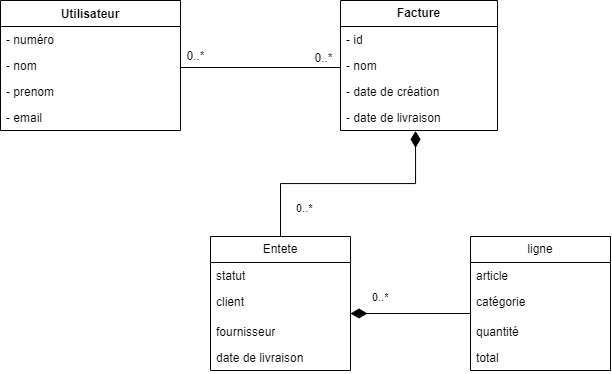
This is Conception/Sprint 3/diag_classe_sprint3.drawio.png from weda-mossab/PFE, a draw.io export, as it was before one commit. Source tidied: cells renumbered, new cells last; positions are measured from the earlier drawing's top-left corner, leaving out a move shared by most shapes. The source it was exported from:
```xml
<mxGraphModel>
  <root>
    <mxCell id="0" />
    <mxCell id="1" parent="0" />
    <mxCell id="2" value="Utilisateur" style="swimlane;fontStyle=1;align=center;verticalAlign=top;horizontal=1;startSize=26;whiteSpace=wrap;html=1;" parent="1" vertex="1">
      <mxGeometry width="180" height="130" as="geometry" />
    </mxCell>
    <mxCell id="3" value="- numéro" style="text;strokeColor=none;fillColor=none;align=left;verticalAlign=top;spacingLeft=4;spacingRight=4;overflow=hidden;whiteSpace=wrap;html=1;" parent="2" vertex="1">
      <mxGeometry y="26" width="180" height="26" as="geometry" />
    </mxCell>
    <mxCell id="4" value="- nom" style="text;strokeColor=none;fillColor=none;align=left;verticalAlign=top;spacingLeft=4;spacingRight=4;overflow=hidden;whiteSpace=wrap;html=1;" parent="2" vertex="1">
      <mxGeometry y="52" width="180" height="26" as="geometry" />
    </mxCell>
    <mxCell id="5" value="- prenom" style="text;strokeColor=none;fillColor=none;align=left;verticalAlign=top;spacingLeft=4;spacingRight=4;overflow=hidden;whiteSpace=wrap;html=1;" parent="2" vertex="1">
      <mxGeometry y="78" width="180" height="26" as="geometry" />
    </mxCell>
    <mxCell id="6" value="- email" style="text;strokeColor=none;fillColor=none;align=left;verticalAlign=top;spacingLeft=4;spacingRight=4;overflow=hidden;whiteSpace=wrap;html=1;" parent="2" vertex="1">
      <mxGeometry y="104" width="180" height="26" as="geometry" />
    </mxCell>
    <mxCell id="7" value="&lt;b&gt;Facture&lt;/b&gt;" style="swimlane;fontStyle=0;horizontal=1;startSize=26;fillColor=none;whiteSpace=wrap;html=1;" parent="1" vertex="1">
      <mxGeometry x="340" width="157" height="130" as="geometry" />
    </mxCell>
    <mxCell id="8" value="- id" style="text;strokeColor=none;fillColor=none;align=left;verticalAlign=top;spacingLeft=4;spacingRight=4;overflow=hidden;whiteSpace=wrap;html=1;" parent="7" vertex="1">
      <mxGeometry y="26" width="157" height="26" as="geometry" />
    </mxCell>
    <mxCell id="9" value="- nom" style="text;strokeColor=none;fillColor=none;align=left;verticalAlign=top;spacingLeft=4;spacingRight=4;overflow=hidden;whiteSpace=wrap;html=1;" parent="7" vertex="1">
      <mxGeometry y="52" width="157" height="26" as="geometry" />
    </mxCell>
    <mxCell id="10" value="- date de création" style="text;strokeColor=none;fillColor=none;align=left;verticalAlign=top;spacingLeft=4;spacingRight=4;overflow=hidden;whiteSpace=wrap;html=1;" parent="7" vertex="1">
      <mxGeometry y="78" width="157" height="26" as="geometry" />
    </mxCell>
    <mxCell id="11" value="- date de livraison" style="text;strokeColor=none;fillColor=none;align=left;verticalAlign=top;spacingLeft=4;spacingRight=4;overflow=hidden;whiteSpace=wrap;html=1;" parent="7" vertex="1">
      <mxGeometry y="104" width="157" height="26" as="geometry" />
    </mxCell>
    <mxCell id="12" value="Entete" style="swimlane;fontStyle=0;horizontal=1;startSize=26;fillColor=none;whiteSpace=wrap;html=1;" parent="1" vertex="1">
      <mxGeometry x="210" y="236" width="140" height="134" as="geometry" />
    </mxCell>
    <mxCell id="13" value="statut" style="text;strokeColor=none;fillColor=none;align=left;verticalAlign=top;spacingLeft=4;spacingRight=4;overflow=hidden;whiteSpace=wrap;html=1;" parent="12" vertex="1">
      <mxGeometry y="26" width="140" height="26" as="geometry" />
    </mxCell>
    <mxCell id="14" value="client" style="text;strokeColor=none;fillColor=none;align=left;verticalAlign=top;spacingLeft=4;spacingRight=4;overflow=hidden;whiteSpace=wrap;html=1;" parent="12" vertex="1">
      <mxGeometry y="52" width="140" height="30" as="geometry" />
    </mxCell>
    <mxCell id="15" value="fournisseur" style="text;strokeColor=none;fillColor=none;align=left;verticalAlign=top;spacingLeft=4;spacingRight=4;overflow=hidden;whiteSpace=wrap;html=1;" parent="12" vertex="1">
      <mxGeometry y="82" width="140" height="26" as="geometry" />
    </mxCell>
    <mxCell id="16" value="date de livraison" style="text;strokeColor=none;fillColor=none;align=left;verticalAlign=top;spacingLeft=4;spacingRight=4;overflow=hidden;whiteSpace=wrap;html=1;" parent="12" vertex="1">
      <mxGeometry y="108" width="140" height="26" as="geometry" />
    </mxCell>
    <mxCell id="17" value="ligne" style="swimlane;fontStyle=0;horizontal=1;startSize=26;fillColor=none;whiteSpace=wrap;html=1;" parent="1" vertex="1">
      <mxGeometry x="470" y="236" width="140" height="134" as="geometry" />
    </mxCell>
    <mxCell id="18" value="article&lt;span style=&quot;white-space: pre;&quot;&gt; &lt;/span&gt;" style="text;strokeColor=none;fillColor=none;align=left;verticalAlign=top;spacingLeft=4;spacingRight=4;overflow=hidden;whiteSpace=wrap;html=1;" parent="17" vertex="1">
      <mxGeometry y="26" width="140" height="26" as="geometry" />
    </mxCell>
    <mxCell id="19" value="catégorie" style="text;strokeColor=none;fillColor=none;align=left;verticalAlign=top;spacingLeft=4;spacingRight=4;overflow=hidden;whiteSpace=wrap;html=1;" parent="17" vertex="1">
      <mxGeometry y="52" width="140" height="30" as="geometry" />
    </mxCell>
    <mxCell id="20" value="quantité" style="text;strokeColor=none;fillColor=none;align=left;verticalAlign=top;spacingLeft=4;spacingRight=4;overflow=hidden;whiteSpace=wrap;html=1;" parent="17" vertex="1">
      <mxGeometry y="82" width="140" height="26" as="geometry" />
    </mxCell>
    <mxCell id="21" value="total" style="text;strokeColor=none;fillColor=none;align=left;verticalAlign=top;spacingLeft=4;spacingRight=4;overflow=hidden;whiteSpace=wrap;html=1;" parent="17" vertex="1">
      <mxGeometry y="108" width="140" height="26" as="geometry" />
    </mxCell>
    <mxCell id="22" value="0..*" style="endArrow=none;html=1;endSize=12;startArrow=diamondThin;startSize=14;startFill=1;align=left;verticalAlign=bottom;rounded=0;entryX=0;entryY=0.5;entryDx=0;entryDy=0;endFill=0;exitX=1;exitY=0.5;exitDx=0;exitDy=0;" parent="1" edge="1">
      <mxGeometry x="-0.67" y="7" relative="1" as="geometry">
        <mxPoint x="350" y="313" as="sourcePoint" />
        <mxPoint x="470" y="313" as="targetPoint" />
      </mxGeometry>
    </mxCell>
    <mxCell id="23" value="0..*" style="endArrow=none;html=1;endSize=12;startArrow=diamondThin;startSize=14;startFill=1;align=left;verticalAlign=bottom;rounded=0;endFill=0;edgeStyle=elbowEdgeStyle;elbow=vertical;exitX=0.478;exitY=1.131;exitDx=0;exitDy=0;exitPerimeter=0;entryX=0.5;entryY=0;entryDx=0;entryDy=0;" parent="1" edge="1" target="12">
      <mxGeometry x="0.84" y="14" relative="1" as="geometry">
        <mxPoint x="415" y="130.4" as="sourcePoint" />
      </mxGeometry>
    </mxCell>
    <mxCell id="24" style="line;strokeWidth=1;fillColor=none;align=left;verticalAlign=middle;spacingTop=-1;spacingLeft=3;spacingRight=3;labelPosition=right;strokeColor=inherit;" parent="1" vertex="1">
      <mxGeometry x="180" y="51" width="160" height="32" as="geometry" />
    </mxCell>
    <mxCell id="25" value="0..*" style="text;html=1;align=center;verticalAlign=middle;strokeColor=none;fillColor=none;" parent="1" vertex="1">
      <mxGeometry x="175" y="41" width="40" height="30" as="geometry" />
    </mxCell>
    <mxCell id="26" value="0..*" style="text;html=1;align=center;verticalAlign=middle;strokeColor=none;fillColor=none;" parent="1" vertex="1">
      <mxGeometry x="303" y="43" width="40" height="30" as="geometry" />
    </mxCell>
  </root>
</mxGraphModel>
```
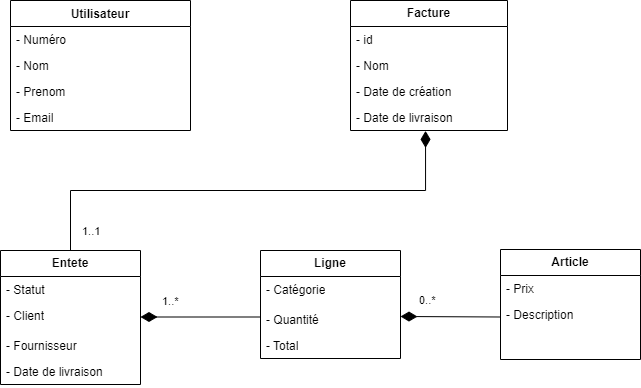
The same diagram one commit later.

The edit, as a diff of the source:
```diff
@@ -5,16 +5,16 @@
     <mxCell id="2" value="Utilisateur" style="swimlane;fontStyle=1;align=center;verticalAlign=top;horizontal=1;startSize=26;whiteSpace=wrap;html=1;" parent="1" vertex="1">
       <mxGeometry width="180" height="130" as="geometry" />
     </mxCell>
-    <mxCell id="3" value="- numéro" style="text;strokeColor=none;fillColor=none;align=left;verticalAlign=top;spacingLeft=4;spacingRight=4;overflow=hidden;whiteSpace=wrap;html=1;" parent="2" vertex="1">
+    <mxCell id="3" value="- Numéro" style="text;strokeColor=none;fillColor=none;align=left;verticalAlign=top;spacingLeft=4;spacingRight=4;overflow=hidden;whiteSpace=wrap;html=1;" parent="2" vertex="1">
       <mxGeometry y="26" width="180" height="26" as="geometry" />
     </mxCell>
-    <mxCell id="4" value="- nom" style="text;strokeColor=none;fillColor=none;align=left;verticalAlign=top;spacingLeft=4;spacingRight=4;overflow=hidden;whiteSpace=wrap;html=1;" parent="2" vertex="1">
+    <mxCell id="4" value="- Nom" style="text;strokeColor=none;fillColor=none;align=left;verticalAlign=top;spacingLeft=4;spacingRight=4;overflow=hidden;whiteSpace=wrap;html=1;" parent="2" vertex="1">
       <mxGeometry y="52" width="180" height="26" as="geometry" />
     </mxCell>
-    <mxCell id="5" value="- prenom" style="text;strokeColor=none;fillColor=none;align=left;verticalAlign=top;spacingLeft=4;spacingRight=4;overflow=hidden;whiteSpace=wrap;html=1;" parent="2" vertex="1">
+    <mxCell id="5" value="- Prenom" style="text;strokeColor=none;fillColor=none;align=left;verticalAlign=top;spacingLeft=4;spacingRight=4;overflow=hidden;whiteSpace=wrap;html=1;" parent="2" vertex="1">
       <mxGeometry y="78" width="180" height="26" as="geometry" />
     </mxCell>
-    <mxCell id="6" value="- email" style="text;strokeColor=none;fillColor=none;align=left;verticalAlign=top;spacingLeft=4;spacingRight=4;overflow=hidden;whiteSpace=wrap;html=1;" parent="2" vertex="1">
+    <mxCell id="6" value="- Email" style="text;strokeColor=none;fillColor=none;align=left;verticalAlign=top;spacingLeft=4;spacingRight=4;overflow=hidden;whiteSpace=wrap;html=1;" parent="2" vertex="1">
       <mxGeometry y="104" width="180" height="26" as="geometry" />
     </mxCell>
     <mxCell id="7" value="&lt;b&gt;Facture&lt;/b&gt;" style="swimlane;fontStyle=0;horizontal=1;startSize=26;fillColor=none;whiteSpace=wrap;html=1;" parent="1" vertex="1">
@@ -23,64 +23,67 @@
     <mxCell id="8" value="- id" style="text;strokeColor=none;fillColor=none;align=left;verticalAlign=top;spacingLeft=4;spacingRight=4;overflow=hidden;whiteSpace=wrap;html=1;" parent="7" vertex="1">
       <mxGeometry y="26" width="157" height="26" as="geometry" />
     </mxCell>
-    <mxCell id="9" value="- nom" style="text;strokeColor=none;fillColor=none;align=left;verticalAlign=top;spacingLeft=4;spacingRight=4;overflow=hidden;whiteSpace=wrap;html=1;" parent="7" vertex="1">
+    <mxCell id="9" value="- Nom" style="text;strokeColor=none;fillColor=none;align=left;verticalAlign=top;spacingLeft=4;spacingRight=4;overflow=hidden;whiteSpace=wrap;html=1;" parent="7" vertex="1">
       <mxGeometry y="52" width="157" height="26" as="geometry" />
     </mxCell>
-    <mxCell id="10" value="- date de création" style="text;strokeColor=none;fillColor=none;align=left;verticalAlign=top;spacingLeft=4;spacingRight=4;overflow=hidden;whiteSpace=wrap;html=1;" parent="7" vertex="1">
+    <mxCell id="10" value="- Date de création" style="text;strokeColor=none;fillColor=none;align=left;verticalAlign=top;spacingLeft=4;spacingRight=4;overflow=hidden;whiteSpace=wrap;html=1;" parent="7" vertex="1">
       <mxGeometry y="78" width="157" height="26" as="geometry" />
     </mxCell>
-    <mxCell id="11" value="- date de livraison" style="text;strokeColor=none;fillColor=none;align=left;verticalAlign=top;spacingLeft=4;spacingRight=4;overflow=hidden;whiteSpace=wrap;html=1;" parent="7" vertex="1">
+    <mxCell id="11" value="- Date de livraison" style="text;strokeColor=none;fillColor=none;align=left;verticalAlign=top;spacingLeft=4;spacingRight=4;overflow=hidden;whiteSpace=wrap;html=1;" parent="7" vertex="1">
       <mxGeometry y="104" width="157" height="26" as="geometry" />
     </mxCell>
-    <mxCell id="12" value="Entete" style="swimlane;fontStyle=0;horizontal=1;startSize=26;fillColor=none;whiteSpace=wrap;html=1;" parent="1" vertex="1">
-      <mxGeometry x="210" y="236" width="140" height="134" as="geometry" />
+    <mxCell id="12" value="&lt;b&gt;Entete&lt;/b&gt;" style="swimlane;fontStyle=0;horizontal=1;startSize=26;fillColor=none;whiteSpace=wrap;html=1;" parent="1" vertex="1">
+      <mxGeometry x="-10" y="250" width="140" height="134" as="geometry" />
     </mxCell>
-    <mxCell id="13" value="statut" style="text;strokeColor=none;fillColor=none;align=left;verticalAlign=top;spacingLeft=4;spacingRight=4;overflow=hidden;whiteSpace=wrap;html=1;" parent="12" vertex="1">
+    <mxCell id="13" value="- Statut" style="text;strokeColor=none;fillColor=none;align=left;verticalAlign=top;spacingLeft=4;spacingRight=4;overflow=hidden;whiteSpace=wrap;html=1;" parent="12" vertex="1">
       <mxGeometry y="26" width="140" height="26" as="geometry" />
     </mxCell>
-    <mxCell id="14" value="client" style="text;strokeColor=none;fillColor=none;align=left;verticalAlign=top;spacingLeft=4;spacingRight=4;overflow=hidden;whiteSpace=wrap;html=1;" parent="12" vertex="1">
+    <mxCell id="14" value="- Client" style="text;strokeColor=none;fillColor=none;align=left;verticalAlign=top;spacingLeft=4;spacingRight=4;overflow=hidden;whiteSpace=wrap;html=1;" parent="12" vertex="1">
       <mxGeometry y="52" width="140" height="30" as="geometry" />
     </mxCell>
-    <mxCell id="15" value="fournisseur" style="text;strokeColor=none;fillColor=none;align=left;verticalAlign=top;spacingLeft=4;spacingRight=4;overflow=hidden;whiteSpace=wrap;html=1;" parent="12" vertex="1">
+    <mxCell id="15" value="- Fournisseur" style="text;strokeColor=none;fillColor=none;align=left;verticalAlign=top;spacingLeft=4;spacingRight=4;overflow=hidden;whiteSpace=wrap;html=1;" parent="12" vertex="1">
       <mxGeometry y="82" width="140" height="26" as="geometry" />
     </mxCell>
-    <mxCell id="16" value="date de livraison" style="text;strokeColor=none;fillColor=none;align=left;verticalAlign=top;spacingLeft=4;spacingRight=4;overflow=hidden;whiteSpace=wrap;html=1;" parent="12" vertex="1">
+    <mxCell id="16" value="- Date de livraison" style="text;strokeColor=none;fillColor=none;align=left;verticalAlign=top;spacingLeft=4;spacingRight=4;overflow=hidden;whiteSpace=wrap;html=1;" parent="12" vertex="1">
       <mxGeometry y="108" width="140" height="26" as="geometry" />
     </mxCell>
-    <mxCell id="17" value="ligne" style="swimlane;fontStyle=0;horizontal=1;startSize=26;fillColor=none;whiteSpace=wrap;html=1;" parent="1" vertex="1">
-      <mxGeometry x="470" y="236" width="140" height="134" as="geometry" />
+    <mxCell id="17" value="&lt;b&gt;Ligne&lt;/b&gt;" style="swimlane;fontStyle=0;horizontal=1;startSize=26;fillColor=none;whiteSpace=wrap;html=1;" parent="1" vertex="1">
+      <mxGeometry x="250" y="250" width="140" height="108" as="geometry" />
     </mxCell>
-    <mxCell id="18" value="article&lt;span style=&quot;white-space: pre;&quot;&gt; &lt;/span&gt;" style="text;strokeColor=none;fillColor=none;align=left;verticalAlign=top;spacingLeft=4;spacingRight=4;overflow=hidden;whiteSpace=wrap;html=1;" parent="17" vertex="1">
-      <mxGeometry y="26" width="140" height="26" as="geometry" />
-    </mxCell>
-    <mxCell id="19" value="catégorie" style="text;strokeColor=none;fillColor=none;align=left;verticalAlign=top;spacingLeft=4;spacingRight=4;overflow=hidden;whiteSpace=wrap;html=1;" parent="17" vertex="1">
-      <mxGeometry y="52" width="140" height="30" as="geometry" />
+    <mxCell id="19" value="- Catégorie" style="text;strokeColor=none;fillColor=none;align=left;verticalAlign=top;spacingLeft=4;spacingRight=4;overflow=hidden;whiteSpace=wrap;html=1;" parent="17" vertex="1">
+      <mxGeometry y="26" width="140" height="30" as="geometry" />
     </mxCell>
-    <mxCell id="20" value="quantité" style="text;strokeColor=none;fillColor=none;align=left;verticalAlign=top;spacingLeft=4;spacingRight=4;overflow=hidden;whiteSpace=wrap;html=1;" parent="17" vertex="1">
-      <mxGeometry y="82" width="140" height="26" as="geometry" />
+    <mxCell id="20" value="- Quantité" style="text;strokeColor=none;fillColor=none;align=left;verticalAlign=top;spacingLeft=4;spacingRight=4;overflow=hidden;whiteSpace=wrap;html=1;" parent="17" vertex="1">
+      <mxGeometry y="56" width="140" height="26" as="geometry" />
     </mxCell>
-    <mxCell id="21" value="total" style="text;strokeColor=none;fillColor=none;align=left;verticalAlign=top;spacingLeft=4;spacingRight=4;overflow=hidden;whiteSpace=wrap;html=1;" parent="17" vertex="1">
-      <mxGeometry y="108" width="140" height="26" as="geometry" />
+    <mxCell id="21" value="- Total" style="text;strokeColor=none;fillColor=none;align=left;verticalAlign=top;spacingLeft=4;spacingRight=4;overflow=hidden;whiteSpace=wrap;html=1;" parent="17" vertex="1">
+      <mxGeometry y="82" width="140" height="26" as="geometry" />
     </mxCell>
-    <mxCell id="22" value="0..*" style="endArrow=none;html=1;endSize=12;startArrow=diamondThin;startSize=14;startFill=1;align=left;verticalAlign=bottom;rounded=0;entryX=0;entryY=0.5;entryDx=0;entryDy=0;endFill=0;exitX=1;exitY=0.5;exitDx=0;exitDy=0;" parent="1" edge="1">
+    <mxCell id="22" value="1..*" style="endArrow=none;html=1;endSize=12;startArrow=diamondThin;startSize=14;startFill=1;align=left;verticalAlign=bottom;rounded=0;entryX=0;entryY=0.5;entryDx=0;entryDy=0;endFill=0;exitX=1;exitY=0.5;exitDx=0;exitDy=0;" parent="1" edge="1">
       <mxGeometry x="-0.67" y="7" relative="1" as="geometry">
-        <mxPoint x="350" y="313" as="sourcePoint" />
-        <mxPoint x="470" y="313" as="targetPoint" />
+        <mxPoint x="130" y="316.5" as="sourcePoint" />
+        <mxPoint x="250" y="316.5" as="targetPoint" />
       </mxGeometry>
     </mxCell>
-    <mxCell id="23" value="0..*" style="endArrow=none;html=1;endSize=12;startArrow=diamondThin;startSize=14;startFill=1;align=left;verticalAlign=bottom;rounded=0;endFill=0;edgeStyle=elbowEdgeStyle;elbow=vertical;exitX=0.478;exitY=1.131;exitDx=0;exitDy=0;exitPerimeter=0;entryX=0.5;entryY=0;entryDx=0;entryDy=0;" parent="1" edge="1" target="12">
-      <mxGeometry x="0.84" y="14" relative="1" as="geometry">
+    <mxCell id="23" value="1..1" style="endArrow=none;html=1;endSize=12;startArrow=diamondThin;startSize=14;startFill=1;align=left;verticalAlign=bottom;rounded=0;endFill=0;edgeStyle=elbowEdgeStyle;elbow=vertical;exitX=0.478;exitY=1.131;exitDx=0;exitDy=0;exitPerimeter=0;entryX=0.5;entryY=0;entryDx=0;entryDy=0;" parent="1" edge="1" target="12">
+      <mxGeometry x="0.96" y="10" relative="1" as="geometry">
         <mxPoint x="415" y="130.4" as="sourcePoint" />
       </mxGeometry>
     </mxCell>
-    <mxCell id="24" style="line;strokeWidth=1;fillColor=none;align=left;verticalAlign=middle;spacingTop=-1;spacingLeft=3;spacingRight=3;labelPosition=right;strokeColor=inherit;" parent="1" vertex="1">
-      <mxGeometry x="180" y="51" width="160" height="32" as="geometry" />
-    </mxCell>
-    <mxCell id="25" value="0..*" style="text;html=1;align=center;verticalAlign=middle;strokeColor=none;fillColor=none;" parent="1" vertex="1">
-      <mxGeometry x="175" y="41" width="40" height="30" as="geometry" />
-    </mxCell>
-    <mxCell id="26" value="0..*" style="text;html=1;align=center;verticalAlign=middle;strokeColor=none;fillColor=none;" parent="1" vertex="1">
-      <mxGeometry x="303" y="43" width="40" height="30" as="geometry" />
-    </mxCell>
+    <mxCell id="27" value="&lt;b&gt;Article&lt;/b&gt;" style="swimlane;fontStyle=0;horizontal=1;startSize=26;fillColor=none;whiteSpace=wrap;html=1;" parent="1" vertex="1">
+      <mxGeometry x="490" y="249" width="140" height="110" as="geometry" />
+    </mxCell>
+    <mxCell id="28" value="- Prix" style="text;strokeColor=none;fillColor=none;align=left;verticalAlign=top;spacingLeft=4;spacingRight=4;overflow=hidden;whiteSpace=wrap;html=1;" parent="27" vertex="1">
+      <mxGeometry y="26" width="140" height="26" as="geometry" />
+    </mxCell>
+    <mxCell id="29" value="- Description" style="text;strokeColor=none;fillColor=none;align=left;verticalAlign=top;spacingLeft=4;spacingRight=4;overflow=hidden;whiteSpace=wrap;html=1;" parent="27" vertex="1">
+      <mxGeometry y="52" width="140" height="58" as="geometry" />
+    </mxCell>
+    <mxCell id="30" value="0..*" style="endArrow=none;html=1;endSize=12;startArrow=diamondThin;startSize=14;startFill=1;align=left;verticalAlign=bottom;rounded=0;entryX=0;entryY=0.5;entryDx=0;entryDy=0;endFill=0;" parent="1" edge="1">
+      <mxGeometry x="-0.67" y="7" relative="1" as="geometry">
+        <mxPoint x="390" y="316" as="sourcePoint" />
+        <mxPoint x="490" y="316.5" as="targetPoint" />
+      </mxGeometry>
+    </mxCell>
   </root>
 </mxGraphModel>
```
